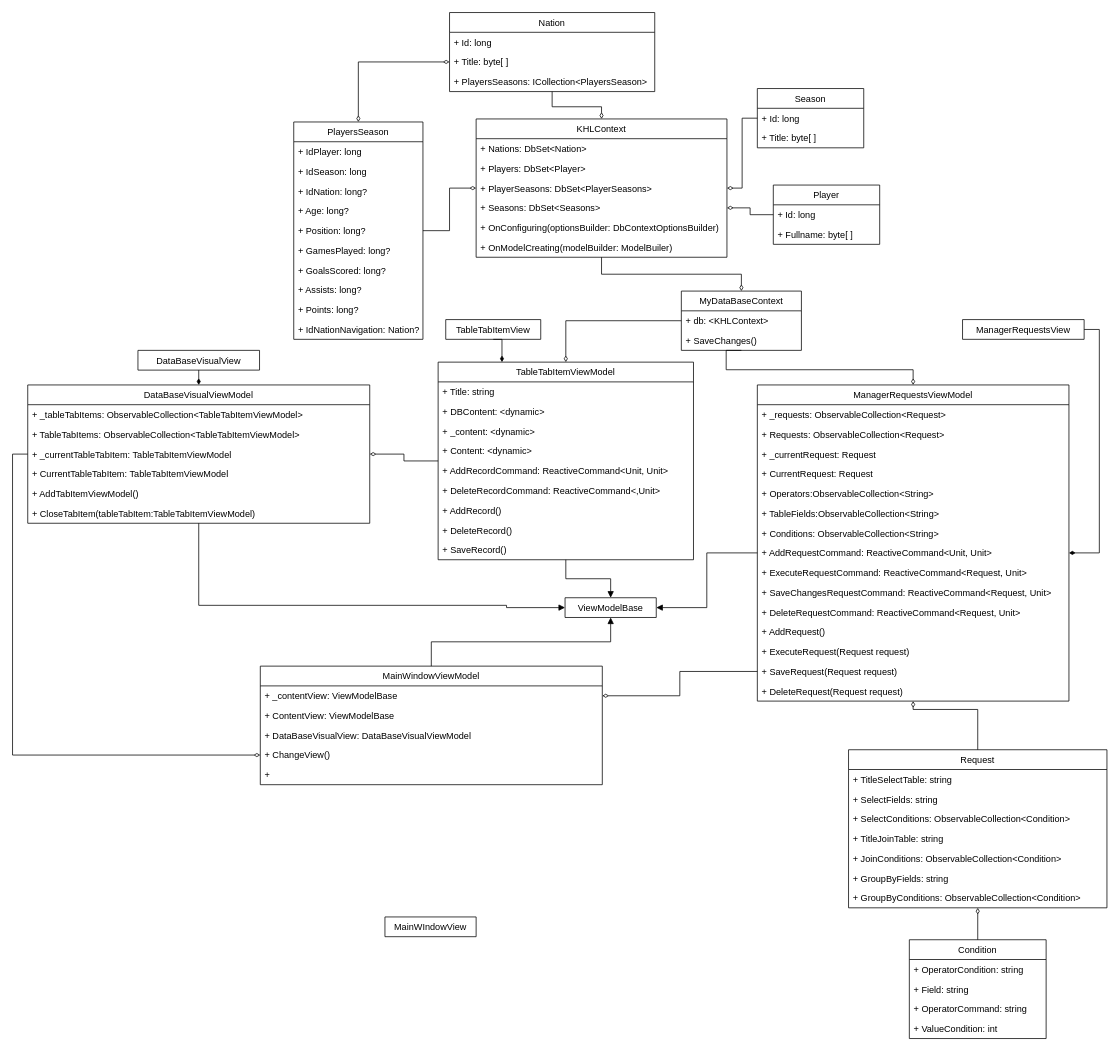
Above: ClassDiagram.drawio in artemoshepkov/DataBaseViewer (draw.io), before the change. Source tidied: cells renumbered, new cells numbered last; positions are measured from the earlier drawing's top-left corner, leaving out a move shared by most shapes. Both pictures are drawn from the tidied source at 76%, with x=0, y=0 at pixel (27, 12).
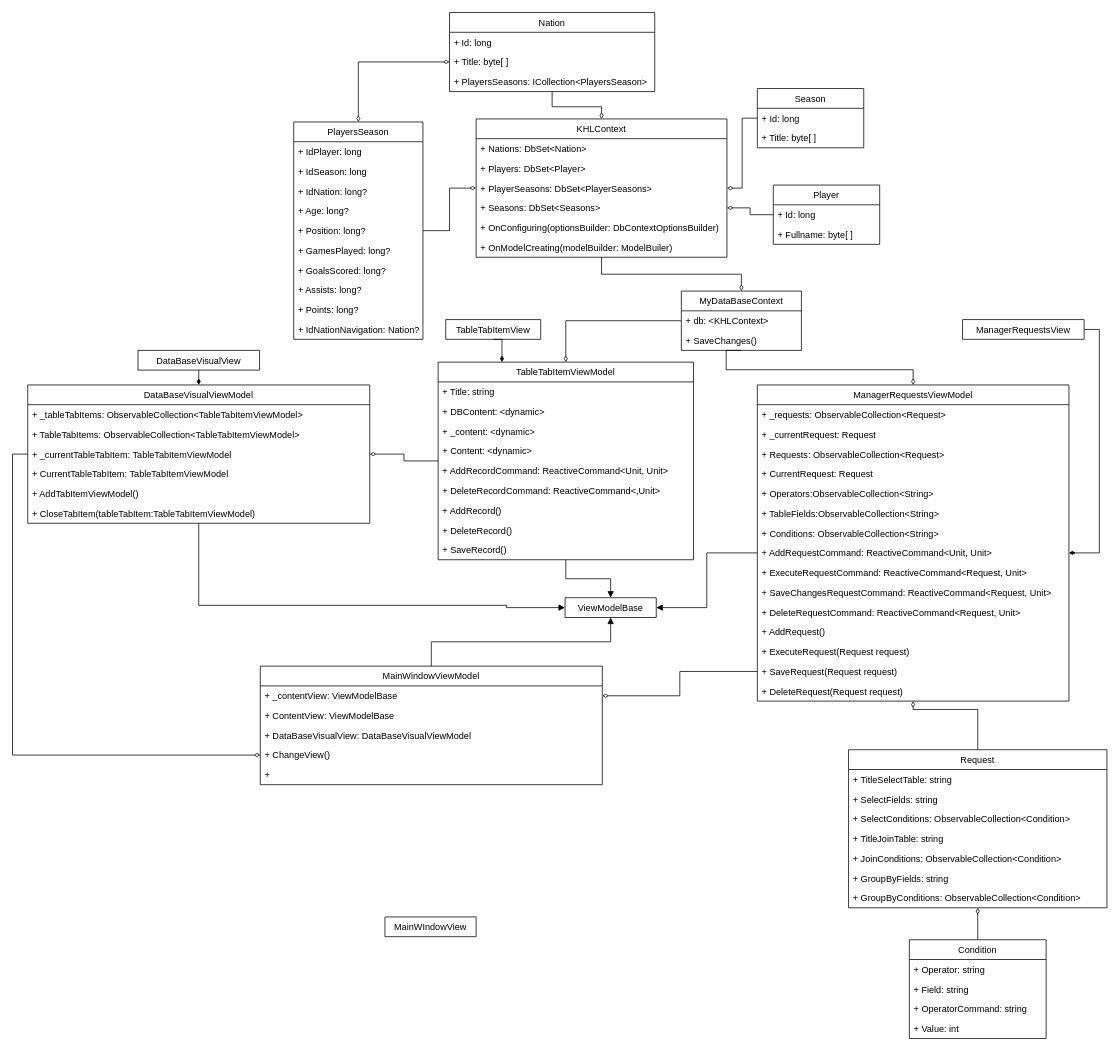
The same diagram, later.

The change refers to these unchanged cells:
```xml
<mxCell id="44" value="ManagerRequestsViewModel" style="swimlane;fontStyle=0;horizontal=1;startSize=26;fillColor=none;rounded=0;shadow=0;glass=0;sketch=0;strokeColor=default;strokeWidth=1;" parent="1" vertex="1">
  <mxGeometry x="960" y="490" width="410" height="416" as="geometry" />
</mxCell>
<mxCell id="83" value="Condition" style="swimlane;fontStyle=0;horizontal=1;startSize=26;fillColor=none;rounded=0;shadow=0;glass=0;sketch=0;strokeColor=default;strokeWidth=1;" parent="1" vertex="1">
  <mxGeometry x="1160" y="1220" width="180" height="130" as="geometry" />
</mxCell>
```

Diff of the diagram source:
```diff
@@
+    <mxCell id="47" value="+ _currentRequest: Request" style="text;strokeColor=none;fillColor=none;align=left;verticalAlign=top;spacingLeft=4;spacingRight=4;overflow=hidden;rounded=0;shadow=0;glass=0;sketch=0;" parent="44" vertex="1">
+      <mxGeometry y="52" width="410" height="26" as="geometry" />
+    </mxCell>
     <mxCell id="46" value="+ Requests: ObservableCollection&lt;Request&gt;" style="text;strokeColor=none;fillColor=none;align=left;verticalAlign=top;spacingLeft=4;spacingRight=4;overflow=hidden;rounded=0;shadow=0;glass=0;sketch=0;" parent="44" vertex="1">
-      <mxGeometry y="52" width="410" height="26" as="geometry" />
+      <mxGeometry y="78" width="410" height="26" as="geometry" />
     </mxCell>
-    <mxCell id="47" value="+ _currentRequest: Request" style="text;strokeColor=none;fillColor=none;align=left;verticalAlign=top;spacingLeft=4;spacingRight=4;overflow=hidden;rounded=0;shadow=0;glass=0;sketch=0;" parent="44" vertex="1">
-      <mxGeometry y="78" width="410" height="26" as="geometry" />
-    </mxCell>
@@
-    <mxCell id="84" value="+ OperatorCondition: string" style="text;strokeColor=none;fillColor=none;align=left;verticalAlign=top;spacingLeft=4;spacingRight=4;overflow=hidden;rounded=0;shadow=0;glass=0;sketch=0;" parent="83" vertex="1">
+    <mxCell id="84" value="+ Operator: string" style="text;strokeColor=none;fillColor=none;align=left;verticalAlign=top;spacingLeft=4;spacingRight=4;overflow=hidden;rounded=0;shadow=0;glass=0;sketch=0;" parent="83" vertex="1">
       <mxGeometry y="26" width="180" height="26" as="geometry" />
     </mxCell>
@@
-    <mxCell id="87" value="+ ValueCondition: int" style="text;strokeColor=none;fillColor=none;align=left;verticalAlign=top;spacingLeft=4;spacingRight=4;overflow=hidden;rounded=0;shadow=0;glass=0;sketch=0;" parent="83" vertex="1">
+    <mxCell id="87" value="+ Value: int" style="text;strokeColor=none;fillColor=none;align=left;verticalAlign=top;spacingLeft=4;spacingRight=4;overflow=hidden;rounded=0;shadow=0;glass=0;sketch=0;" parent="83" vertex="1">
       <mxGeometry y="104" width="180" height="26" as="geometry" />
     </mxCell>
```
